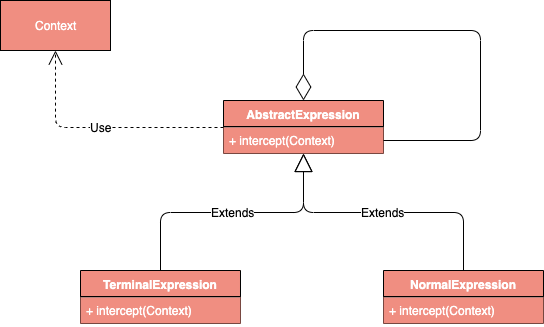
Earlier version of the draw.io export docs/drawio/Interpreter.png (CodePoem/VDesignPatterns). Source tidied: cells renumbered, new cells last; positions are measured from the earlier drawing's top-left corner, leaving out a move shared by most shapes. Its diagram source:
```xml
<mxGraphModel>
  <root>
    <mxCell id="0" />
    <mxCell id="1" parent="0" />
    <mxCell id="2" value="AbstractExpression" style="swimlane;fontStyle=1;align=center;verticalAlign=top;horizontal=1;startSize=26;fillColor=#F08E81;fontColor=#FFFFFF;" parent="1" vertex="1">
      <mxGeometry x="223" y="100" width="160" height="53" as="geometry" />
    </mxCell>
    <mxCell id="3" style="line;strokeWidth=1;fillColor=#F08E81;align=left;verticalAlign=middle;spacingTop=-1;spacingLeft=3;spacingRight=3;labelPosition=right;fontColor=#FFFFFF;" parent="2" vertex="1">
      <mxGeometry y="26" width="160" height="1" as="geometry" />
    </mxCell>
    <mxCell id="4" value="+ intercept(Context)" style="text;strokeColor=none;fillColor=#F08E81;align=left;verticalAlign=top;spacingLeft=4;spacingRight=4;overflow=hidden;points=[[0,0.5],[1,0.5]];portConstraint=eastwest;fontColor=#FFFFFF;" parent="2" vertex="1">
      <mxGeometry y="27" width="160" height="26" as="geometry" />
    </mxCell>
    <mxCell id="5" style="endArrow=diamondThin;endFill=0;endSize=24;html=1;fontColor=#000000;entryX=0.5;entryY=0;entryDx=0;entryDy=0;exitX=1;exitY=0.5;exitDx=0;exitDy=0;edgeStyle=orthogonalEdgeStyle;" parent="2" edge="1" source="4" target="2">
      <mxGeometry relative="1" as="geometry">
        <Array as="points">
          <mxPoint x="257" y="40" />
          <mxPoint x="257" y="-70" />
          <mxPoint x="80" y="-70" />
        </Array>
      </mxGeometry>
    </mxCell>
    <mxCell id="6" value="TerminalExpression" style="swimlane;fontStyle=1;align=center;verticalAlign=top;horizontal=1;startSize=26;fillColor=#F08E81;fontColor=#FFFFFF;" parent="1" vertex="1">
      <mxGeometry x="80" y="270" width="160" height="53" as="geometry" />
    </mxCell>
    <mxCell id="7" style="line;strokeWidth=1;fillColor=#F08E81;align=left;verticalAlign=middle;spacingTop=-1;spacingLeft=3;spacingRight=3;labelPosition=right;fontColor=#FFFFFF;" parent="6" vertex="1">
      <mxGeometry y="26" width="160" height="1" as="geometry" />
    </mxCell>
    <mxCell id="8" value="+ intercept(Context)" style="text;strokeColor=none;fillColor=#F08E81;align=left;verticalAlign=top;spacingLeft=4;spacingRight=4;overflow=hidden;fontColor=#FFFFFF;" parent="6" vertex="1">
      <mxGeometry y="27" width="160" height="26" as="geometry" />
    </mxCell>
    <mxCell id="9" value="NormalExpression" style="swimlane;fontStyle=1;align=center;verticalAlign=top;horizontal=1;startSize=26;fillColor=#F08E81;fontColor=#FFFFFF;" parent="1" vertex="1">
      <mxGeometry x="383" y="270" width="160" height="53" as="geometry" />
    </mxCell>
    <mxCell id="10" style="line;strokeWidth=1;fillColor=#F08E81;align=left;verticalAlign=middle;spacingTop=-1;spacingLeft=3;spacingRight=3;labelPosition=right;fontColor=#FFFFFF;" parent="9" vertex="1">
      <mxGeometry y="26" width="160" height="1" as="geometry" />
    </mxCell>
    <mxCell id="11" value="+ intercept(Context)" style="text;strokeColor=none;fillColor=#F08E81;align=left;verticalAlign=top;spacingLeft=4;spacingRight=4;overflow=hidden;fontColor=#FFFFFF;" parent="9" vertex="1">
      <mxGeometry y="27" width="160" height="26" as="geometry" />
    </mxCell>
    <mxCell id="12" value="Context" style="html=1;fillColor=#F08E81;fontColor=#FFFFFF;" parent="1" vertex="1">
      <mxGeometry width="110" height="50" as="geometry" />
    </mxCell>
    <mxCell id="13" value="Use" style="endArrow=open;endSize=12;dashed=1;html=1;fontColor=#000000;entryX=0.5;entryY=1;entryDx=0;entryDy=0;exitX=0;exitY=0.5;exitDx=0;exitDy=0;edgeStyle=orthogonalEdgeStyle;" parent="1" edge="1" source="2" target="12">
      <mxGeometry relative="1" as="geometry" />
    </mxCell>
    <mxCell id="14" value="Extends" style="endArrow=block;endSize=16;endFill=0;html=1;fontColor=#000000;entryX=0.5;entryY=1;entryDx=0;entryDy=0;exitX=0.5;exitY=0;exitDx=0;exitDy=0;edgeStyle=orthogonalEdgeStyle;" parent="1" edge="1" source="6" target="2">
      <mxGeometry relative="1" as="geometry" />
    </mxCell>
    <mxCell id="15" value="Extends" style="endArrow=block;endSize=16;endFill=0;html=1;fontColor=#000000;entryX=0.5;entryY=1;entryDx=0;entryDy=0;exitX=0.5;exitY=0;exitDx=0;exitDy=0;edgeStyle=orthogonalEdgeStyle;" parent="1" edge="1" source="9" target="2">
      <mxGeometry relative="1" as="geometry" />
    </mxCell>
  </root>
</mxGraphModel>
```
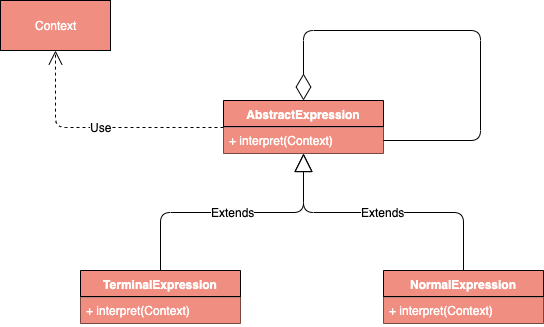
The same file after the commit.

Change to the diagram source:
```diff
@@ -8,7 +8,7 @@
     <mxCell id="3" style="line;strokeWidth=1;fillColor=#F08E81;align=left;verticalAlign=middle;spacingTop=-1;spacingLeft=3;spacingRight=3;labelPosition=right;fontColor=#FFFFFF;" parent="2" vertex="1">
       <mxGeometry y="26" width="160" height="1" as="geometry" />
     </mxCell>
-    <mxCell id="4" value="+ intercept(Context)" style="text;strokeColor=none;fillColor=#F08E81;align=left;verticalAlign=top;spacingLeft=4;spacingRight=4;overflow=hidden;points=[[0,0.5],[1,0.5]];portConstraint=eastwest;fontColor=#FFFFFF;" parent="2" vertex="1">
+    <mxCell id="4" value="+ interpret(Context)" style="text;strokeColor=none;fillColor=#F08E81;align=left;verticalAlign=top;spacingLeft=4;spacingRight=4;overflow=hidden;points=[[0,0.5],[1,0.5]];portConstraint=eastwest;fontColor=#FFFFFF;" parent="2" vertex="1">
       <mxGeometry y="27" width="160" height="26" as="geometry" />
     </mxCell>
     <mxCell id="5" style="endArrow=diamondThin;endFill=0;endSize=24;html=1;fontColor=#000000;entryX=0.5;entryY=0;entryDx=0;entryDy=0;exitX=1;exitY=0.5;exitDx=0;exitDy=0;edgeStyle=orthogonalEdgeStyle;" parent="2" edge="1" source="4" target="2">
@@ -26,7 +26,7 @@
     <mxCell id="7" style="line;strokeWidth=1;fillColor=#F08E81;align=left;verticalAlign=middle;spacingTop=-1;spacingLeft=3;spacingRight=3;labelPosition=right;fontColor=#FFFFFF;" parent="6" vertex="1">
       <mxGeometry y="26" width="160" height="1" as="geometry" />
     </mxCell>
-    <mxCell id="8" value="+ intercept(Context)" style="text;strokeColor=none;fillColor=#F08E81;align=left;verticalAlign=top;spacingLeft=4;spacingRight=4;overflow=hidden;fontColor=#FFFFFF;" parent="6" vertex="1">
+    <mxCell id="8" value="+ interpret(Context)" style="text;strokeColor=none;fillColor=#F08E81;align=left;verticalAlign=top;spacingLeft=4;spacingRight=4;overflow=hidden;fontColor=#FFFFFF;" parent="6" vertex="1">
       <mxGeometry y="27" width="160" height="26" as="geometry" />
     </mxCell>
     <mxCell id="9" value="NormalExpression" style="swimlane;fontStyle=1;align=center;verticalAlign=top;horizontal=1;startSize=26;fillColor=#F08E81;fontColor=#FFFFFF;" parent="1" vertex="1">
@@ -35,7 +35,7 @@
     <mxCell id="10" style="line;strokeWidth=1;fillColor=#F08E81;align=left;verticalAlign=middle;spacingTop=-1;spacingLeft=3;spacingRight=3;labelPosition=right;fontColor=#FFFFFF;" parent="9" vertex="1">
       <mxGeometry y="26" width="160" height="1" as="geometry" />
     </mxCell>
-    <mxCell id="11" value="+ intercept(Context)" style="text;strokeColor=none;fillColor=#F08E81;align=left;verticalAlign=top;spacingLeft=4;spacingRight=4;overflow=hidden;fontColor=#FFFFFF;" parent="9" vertex="1">
+    <mxCell id="11" value="+ interpret(Context)" style="text;strokeColor=none;fillColor=#F08E81;align=left;verticalAlign=top;spacingLeft=4;spacingRight=4;overflow=hidden;fontColor=#FFFFFF;" parent="9" vertex="1">
       <mxGeometry y="27" width="160" height="26" as="geometry" />
     </mxCell>
     <mxCell id="12" value="Context" style="html=1;fillColor=#F08E81;fontColor=#FFFFFF;" parent="1" vertex="1">
```
